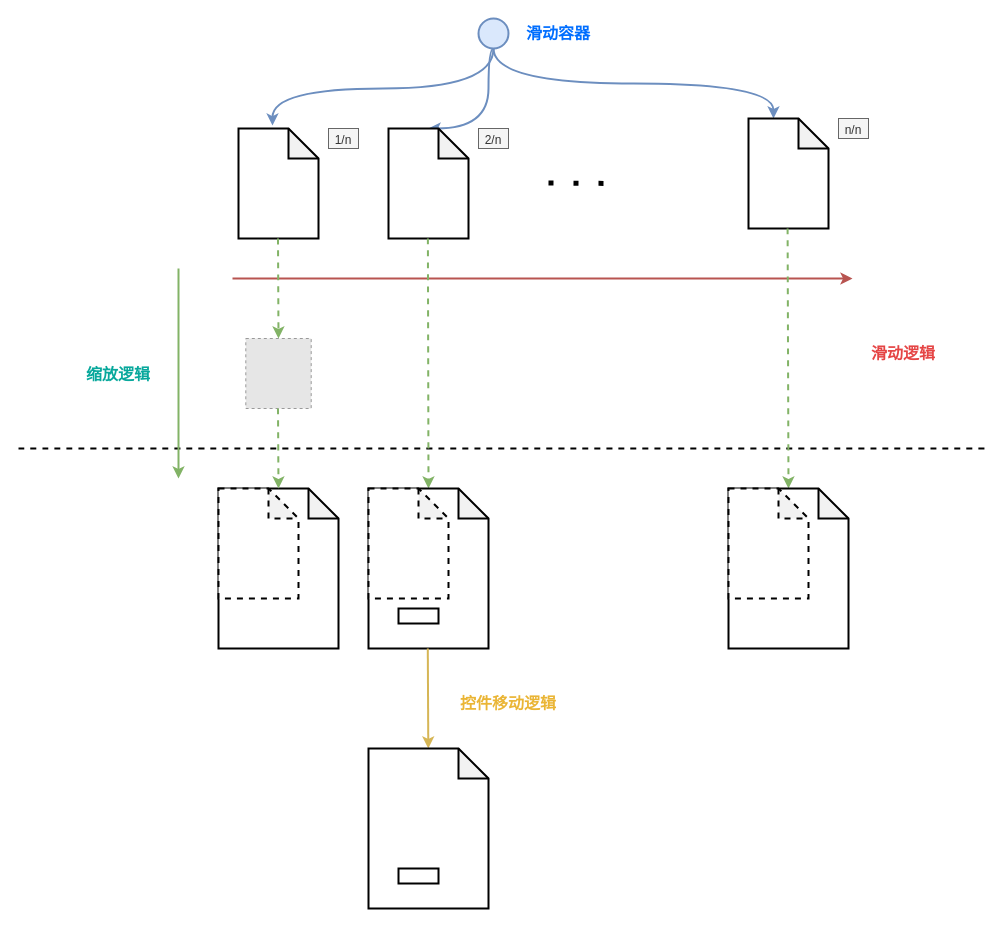
The draw.io diagram 12.drawio in ShawnTu/git-tutorial, before the edit. Source tidied: cells renumbered, new cells numbered last; positions are measured from the earlier drawing's top-left corner, leaving out a move shared by most shapes. Both pictures are drawn from the tidied source at 100%, with x=0, y=0 at pixel (18, 18). Pictures stored in the file or linked from it are replaced by grey dashed boxes.
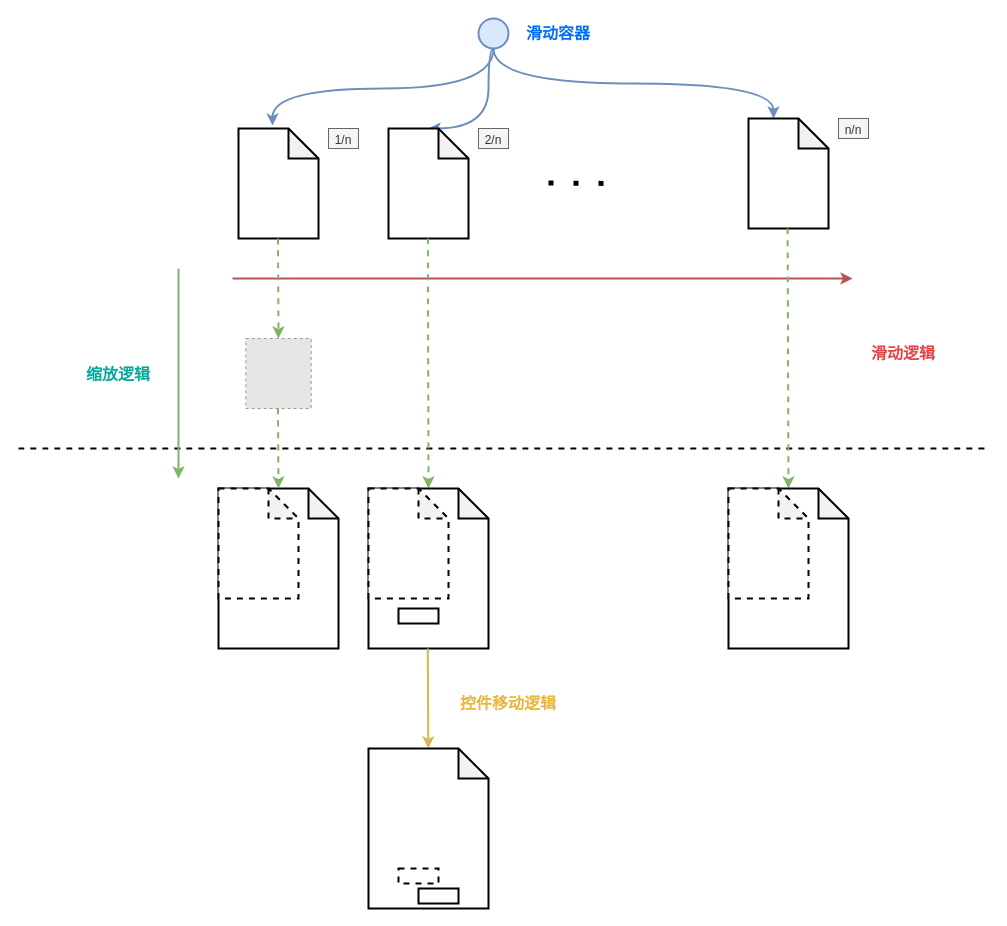
The same diagram, later.

The edit, as a diff of the source:
```diff
@@
-    <mxCell id="33" style="rounded=0;whiteSpace=wrap;html=1;fontSize=12;strokeWidth=2;" parent="1" vertex="1">
+    <mxCell id="33" style="rounded=0;whiteSpace=wrap;html=1;fontSize=12;strokeWidth=2;dashed=1;" parent="1" vertex="1">
       <mxGeometry x="380" y="850" width="40" height="15" as="geometry" />
     </mxCell>
@@
+    <mxCell id="35" style="rounded=0;whiteSpace=wrap;html=1;fontSize=12;strokeWidth=2;" parent="1" vertex="1">
+      <mxGeometry x="400" y="870" width="40" height="15" as="geometry" />
+    </mxCell>
```
